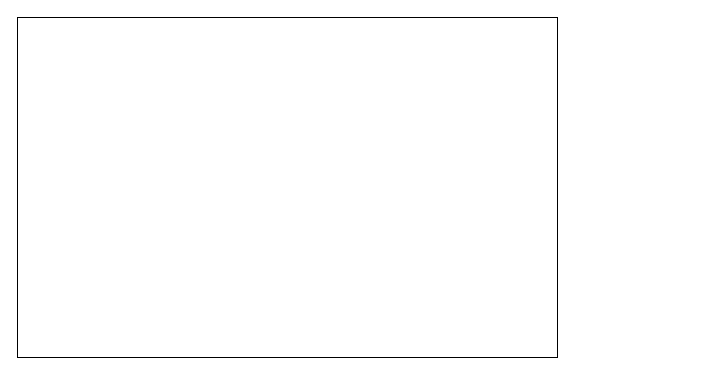
This is pop-the-bubble.drawio from suefrontend/study-plan, a draw.io file, before an edit. Source tidied: cells renumbered, new cells numbered last; positions are measured from the earlier drawing's top-left corner, leaving out a move shared by most shapes. Both pictures are drawn from the tidied source at 100%, with x=0, y=0 at pixel (17, 17).
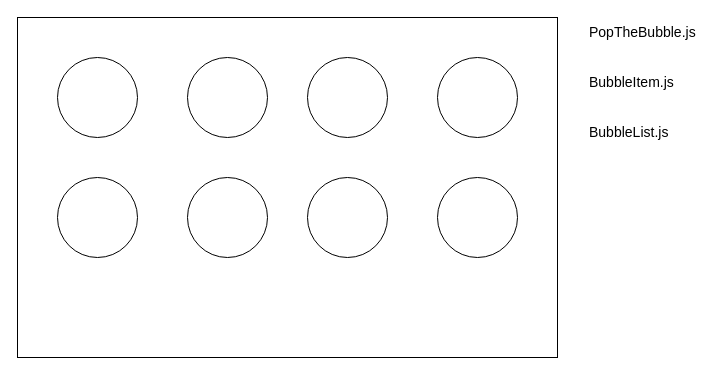
After the change.

Diff of the diagram source:
```diff
@@
 <mxGraphModel>
   <root>
     <mxCell id="0" />
     <mxCell id="1" parent="0" />
     <mxCell id="2" style="rounded=0;whiteSpace=wrap;html=1;" parent="1" vertex="1">
       <mxGeometry width="540" height="340" as="geometry" />
     </mxCell>
+    <mxCell id="3" style="ellipse;whiteSpace=wrap;html=1;" parent="1" vertex="1">
+      <mxGeometry x="40" y="40" width="80" height="80" as="geometry" />
+    </mxCell>
+    <mxCell id="4" style="ellipse;whiteSpace=wrap;html=1;" parent="1" vertex="1">
+      <mxGeometry x="40" y="160" width="80" height="80" as="geometry" />
+    </mxCell>
+    <mxCell id="5" style="ellipse;whiteSpace=wrap;html=1;" parent="1" vertex="1">
+      <mxGeometry x="170" y="40" width="80" height="80" as="geometry" />
+    </mxCell>
+    <mxCell id="6" style="ellipse;whiteSpace=wrap;html=1;" parent="1" vertex="1">
+      <mxGeometry x="170" y="160" width="80" height="80" as="geometry" />
+    </mxCell>
+    <mxCell id="7" style="ellipse;whiteSpace=wrap;html=1;" parent="1" vertex="1">
+      <mxGeometry x="290" y="40" width="80" height="80" as="geometry" />
+    </mxCell>
+    <mxCell id="8" style="ellipse;whiteSpace=wrap;html=1;" parent="1" vertex="1">
+      <mxGeometry x="290" y="160" width="80" height="80" as="geometry" />
+    </mxCell>
+    <mxCell id="9" style="ellipse;whiteSpace=wrap;html=1;" parent="1" vertex="1">
+      <mxGeometry x="420" y="40" width="80" height="80" as="geometry" />
+    </mxCell>
+    <mxCell id="10" style="ellipse;whiteSpace=wrap;html=1;" parent="1" vertex="1">
+      <mxGeometry x="420" y="160" width="80" height="80" as="geometry" />
+    </mxCell>
+    <mxCell id="11" value="BubbleItem.js" style="text;html=1;strokeColor=none;fillColor=none;align=left;verticalAlign=top;whiteSpace=wrap;rounded=0;fontSize=14;" parent="1" vertex="1">
+      <mxGeometry x="570" y="50" width="110" height="40" as="geometry" />
+    </mxCell>
+    <mxCell id="12" value="BubbleList.js" style="text;html=1;strokeColor=none;fillColor=none;align=left;verticalAlign=top;whiteSpace=wrap;rounded=0;fontSize=14;" parent="1" vertex="1">
+      <mxGeometry x="570" y="100" width="110" height="40" as="geometry" />
+    </mxCell>
+    <mxCell id="13" value="PopTheBubble.js" style="text;html=1;strokeColor=none;fillColor=none;align=left;verticalAlign=top;whiteSpace=wrap;rounded=0;fontSize=14;" parent="1" vertex="1">
+      <mxGeometry x="570" width="110" height="40" as="geometry" />
+    </mxCell>
   </root>
 </mxGraphModel>
```
